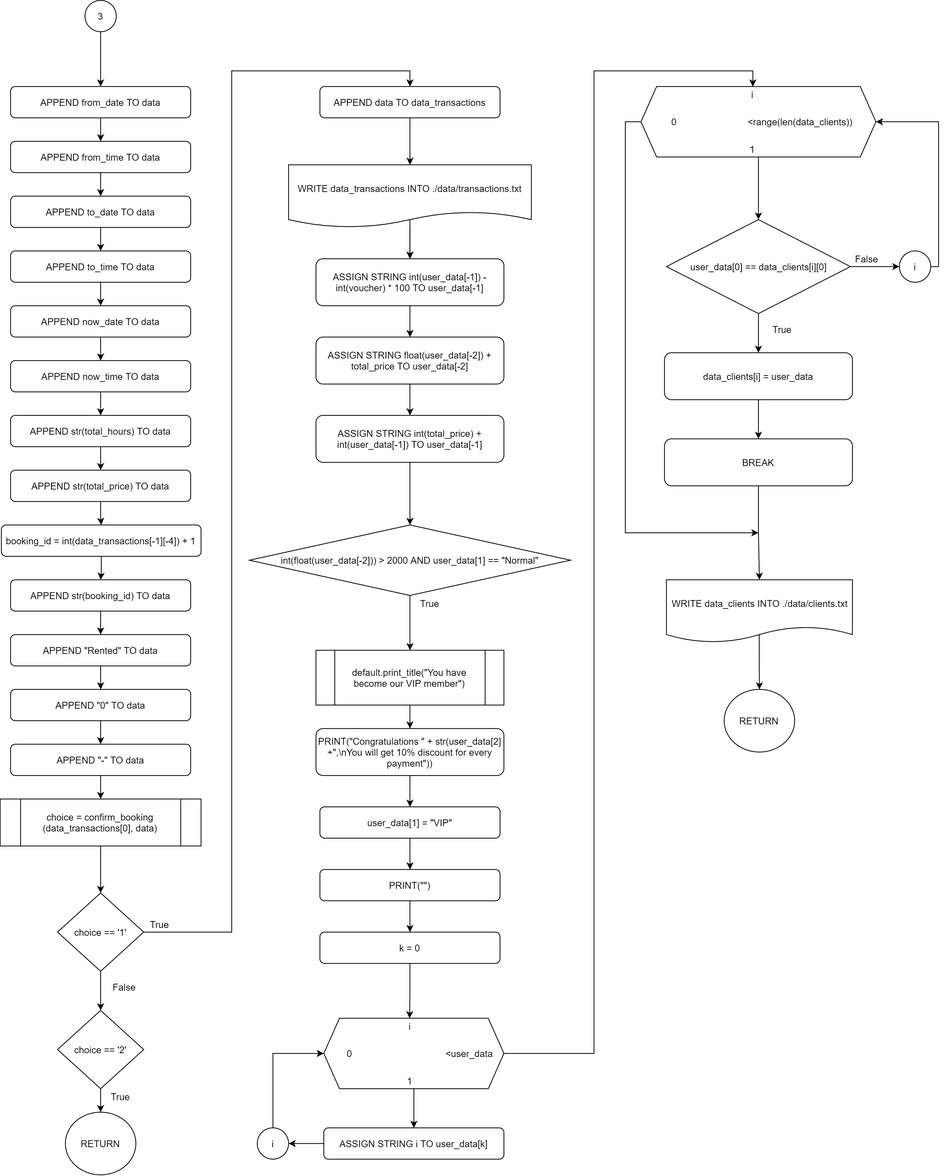
This is Flowchart/clients/bookcar_menu-Page-4.png from RabbitBear00/Car-Rental-System, a draw.io export, as it was before one commit. Source tidied: cells renumbered, new cells last; positions are measured from the earlier drawing's top-left corner, leaving out a move shared by most shapes.
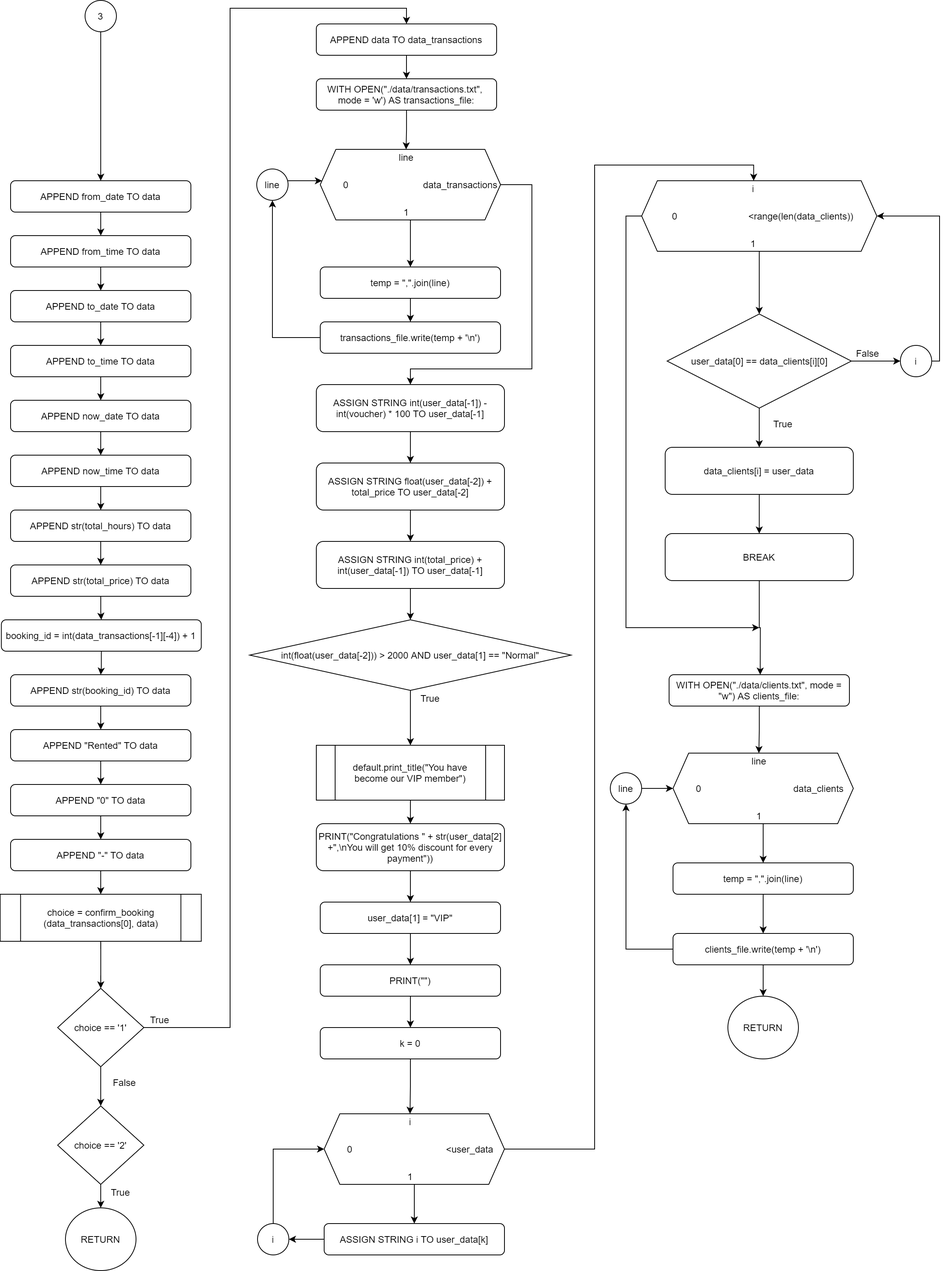
After the change.

Diff of the diagram source:
```diff
@@ -6,7 +6,7 @@
       <mxGeometry relative="1" as="geometry" />
     </mxCell>
     <mxCell id="3" value="3" style="ellipse;whiteSpace=wrap;html=1;" parent="1" vertex="1">
-      <mxGeometry x="108" width="40" height="40" as="geometry" />
+      <mxGeometry x="108" y="-120" width="40" height="40" as="geometry" />
     </mxCell>
     <mxCell id="4" style="edgeStyle=orthogonalEdgeStyle;rounded=0;jettySize=auto;html=1;" parent="1" edge="1" source="5" target="7">
       <mxGeometry relative="1" as="geometry" />
@@ -101,11 +101,11 @@
     <mxCell id="34" value="choice == '1'" style="rhombus;whiteSpace=wrap;html=1;" parent="1" vertex="1">
       <mxGeometry x="73" y="1140" width="110" height="100" as="geometry" />
     </mxCell>
-    <mxCell id="35" style="edgeStyle=orthogonalEdgeStyle;rounded=0;jettySize=auto;html=1;" parent="1" edge="1" source="36" target="44">
-      <mxGeometry relative="1" as="geometry" />
-    </mxCell>
+    <mxCell id="99" style="edgeStyle=orthogonalEdgeStyle;rounded=0;jettySize=auto;html=1;entryX=0.5;entryY=0;entryDx=0;entryDy=0;" parent="1" edge="1" source="36" target="101">
+      <mxGeometry relative="1" as="geometry" />
+    </mxCell>
     <mxCell id="36" value="APPEND data TO data_transactions" style="rounded=1;whiteSpace=wrap;html=1;" parent="1" vertex="1">
-      <mxGeometry x="408" y="110" width="230" height="40" as="geometry" />
+      <mxGeometry x="403" y="-90" width="230" height="40" as="geometry" />
     </mxCell>
     <mxCell id="37" value="True" style="text;html=1;align=center;verticalAlign=middle;strokeColor=none;" parent="1" vertex="1">
       <mxGeometry x="183" y="1170" width="40" height="20" as="geometry" />
@@ -122,34 +122,23 @@
     <mxCell id="41" value="RETURN" style="ellipse;whiteSpace=wrap;html=1;" parent="1" vertex="1">
       <mxGeometry x="83" y="1420" width="90" height="80" as="geometry" />
     </mxCell>
-    <mxCell id="42" style="edgeStyle=orthogonalEdgeStyle;rounded=0;jettySize=auto;html=1;" parent="1" edge="1" source="44" target="46">
-      <mxGeometry relative="1" as="geometry" />
-    </mxCell>
-    <mxCell id="43" style="edgeStyle=orthogonalEdgeStyle;rounded=0;jettySize=auto;html=1;" parent="1" edge="1" target="46">
-      <mxGeometry relative="1" as="geometry">
-        <mxPoint x="523" y="280" as="sourcePoint" />
-      </mxGeometry>
-    </mxCell>
-    <mxCell id="44" value="&lt;span&gt;WRITE&amp;nbsp;&lt;/span&gt;data_transactions&lt;span&gt;&amp;nbsp;INTO&amp;nbsp;&lt;/span&gt;./data/transactions.txt" style="shape=document;whiteSpace=wrap;html=1;boundedLbl=1;size=0.25;" parent="1" vertex="1">
-      <mxGeometry x="368" y="210" width="310" height="80" as="geometry" />
-    </mxCell>
     <mxCell id="45" style="edgeStyle=orthogonalEdgeStyle;rounded=0;jettySize=auto;html=1;" parent="1" edge="1" source="46" target="48">
       <mxGeometry relative="1" as="geometry" />
     </mxCell>
     <mxCell id="46" value="ASSIGN STRING int(user_data[-1]) - int(voucher) * 100 TO user_data[-1]" style="rounded=1;whiteSpace=wrap;html=1;" parent="1" vertex="1">
-      <mxGeometry x="403" y="330" width="240" height="60" as="geometry" />
+      <mxGeometry x="403" y="370" width="240" height="60" as="geometry" />
     </mxCell>
     <mxCell id="47" style="edgeStyle=orthogonalEdgeStyle;rounded=0;jettySize=auto;html=1;" parent="1" edge="1" source="48" target="50">
       <mxGeometry relative="1" as="geometry" />
     </mxCell>
     <mxCell id="48" value="ASSIGN STRING float(user_data[-2]) + total_price TO user_data[-2]" style="rounded=1;whiteSpace=wrap;html=1;" parent="1" vertex="1">
-      <mxGeometry x="403" y="430" width="240" height="60" as="geometry" />
+      <mxGeometry x="403" y="470" width="240" height="60" as="geometry" />
     </mxCell>
     <mxCell id="49" style="edgeStyle=orthogonalEdgeStyle;rounded=0;jettySize=auto;html=1;" parent="1" edge="1" source="50" target="52">
       <mxGeometry relative="1" as="geometry" />
     </mxCell>
     <mxCell id="50" value="ASSIGN STRING int(total_price) + int(user_data[-1]) TO user_data[-1]" style="rounded=1;whiteSpace=wrap;html=1;" parent="1" vertex="1">
-      <mxGeometry x="403" y="530" width="240" height="60" as="geometry" />
+      <mxGeometry x="403" y="570" width="240" height="60" as="geometry" />
     </mxCell>
     <mxCell id="51" style="edgeStyle=orthogonalEdgeStyle;rounded=0;jettySize=auto;html=1;" parent="1" edge="1" source="52" target="54">
       <mxGeometry relative="1" as="geometry" />
@@ -269,8 +258,10 @@
     <mxCell id="86" value="data_clients[i] = user_data" style="rounded=1;whiteSpace=wrap;html=1;" parent="1" vertex="1">
       <mxGeometry x="848" y="450" width="240" height="60" as="geometry" />
     </mxCell>
-    <mxCell id="87" style="edgeStyle=orthogonalEdgeStyle;rounded=0;jettySize=auto;html=1;entryX=0.5;entryY=0;entryDx=0;entryDy=0;" parent="1" edge="1" source="88" target="96">
-      <mxGeometry relative="1" as="geometry" />
+    <mxCell id="87" style="edgeStyle=orthogonalEdgeStyle;rounded=0;jettySize=auto;html=1;entryX=0.5;entryY=0;entryDx=0;entryDy=0;" parent="1" edge="1" source="88">
+      <mxGeometry relative="1" as="geometry">
+        <mxPoint x="969.2" y="740" as="targetPoint" />
+      </mxGeometry>
     </mxCell>
     <mxCell id="88" value="BREAK" style="rounded=1;whiteSpace=wrap;html=1;" parent="1" vertex="1">
       <mxGeometry x="848" y="560" width="240" height="60" as="geometry" />
@@ -304,19 +295,120 @@
         </Array>
       </mxGeometry>
     </mxCell>
-    <mxCell id="95" style="edgeStyle=orthogonalEdgeStyle;rounded=0;jettySize=auto;html=1;" parent="1" edge="1" target="97">
-      <mxGeometry relative="1" as="geometry">
-        <mxPoint x="969" y="810" as="sourcePoint" />
-      </mxGeometry>
-    </mxCell>
-    <mxCell id="96" value="&lt;span&gt;WRITE data_clients INTO&amp;nbsp;./data/clients.txt&lt;/span&gt;" style="shape=document;whiteSpace=wrap;html=1;boundedLbl=1;size=0.25;" parent="1" vertex="1">
-      <mxGeometry x="850.5" y="740" width="237.5" height="80" as="geometry" />
-    </mxCell>
     <mxCell id="97" value="RETURN" style="ellipse;whiteSpace=wrap;html=1;" parent="1" vertex="1">
-      <mxGeometry x="924.2" y="880" width="90" height="80" as="geometry" />
+      <mxGeometry x="928" y="1150" width="90" height="80" as="geometry" />
     </mxCell>
     <mxCell id="98" value="True" style="text;html=1;align=center;verticalAlign=middle;strokeColor=none;" parent="1" vertex="1">
       <mxGeometry x="133" y="1390" width="40" height="20" as="geometry" />
     </mxCell>
+    <mxCell id="100" style="edgeStyle=orthogonalEdgeStyle;rounded=0;jettySize=auto;html=1;entryX=0.5;entryY=0;entryDx=0;entryDy=0;" parent="1" edge="1" source="101" target="104">
+      <mxGeometry relative="1" as="geometry" />
+    </mxCell>
+    <mxCell id="101" value="WITH OPEN(&quot;./data/transactions.txt&quot;,  mode = 'w') AS transactions_file:" style="rounded=1;whiteSpace=wrap;html=1;" parent="1" vertex="1">
+      <mxGeometry x="403" y="-20" width="230" height="40" as="geometry" />
+    </mxCell>
+    <mxCell id="102" style="group;" parent="1" vertex="1">
+      <mxGeometry x="408" y="70" width="230" height="90" as="geometry" />
+    </mxCell>
+    <mxCell id="103" style="shape=hexagon;perimeter=hexagonPerimeter2;whiteSpace=wrap;html=1;fixedSize=1;" parent="102" vertex="1">
+      <mxGeometry width="230" height="90" as="geometry" />
+    </mxCell>
+    <mxCell id="104" value="line" style="text;html=1;strokeColor=none;fillColor=none;align=center;verticalAlign=middle;whiteSpace=wrap;rounded=0;" parent="102" vertex="1">
+      <mxGeometry x="87.6" width="43.8" height="20" as="geometry" />
+    </mxCell>
+    <mxCell id="105" value="0" style="text;html=1;strokeColor=none;fillColor=none;align=center;verticalAlign=middle;whiteSpace=wrap;rounded=0;" parent="102" vertex="1">
+      <mxGeometry x="11" y="35" width="43.8" height="20" as="geometry" />
+    </mxCell>
+    <mxCell id="106" value="1" style="text;html=1;strokeColor=none;fillColor=none;align=center;verticalAlign=middle;whiteSpace=wrap;rounded=0;" parent="102" vertex="1">
+      <mxGeometry x="87.6" y="70" width="43.8" height="20" as="geometry" />
+    </mxCell>
+    <mxCell id="107" value="data_transactions" style="text;html=1;strokeColor=none;fillColor=none;align=center;verticalAlign=middle;whiteSpace=wrap;rounded=0;" parent="102" vertex="1">
+      <mxGeometry x="157.3" y="35" width="43.8" height="20" as="geometry" />
+    </mxCell>
+    <mxCell id="108" style="edgeStyle=orthogonalEdgeStyle;rounded=0;jettySize=auto;html=1;" parent="1" edge="1" source="109" target="111">
+      <mxGeometry relative="1" as="geometry" />
+    </mxCell>
+    <mxCell id="109" value="temp = &quot;,&quot;.join(line)" style="rounded=1;whiteSpace=wrap;html=1;" parent="1" vertex="1">
+      <mxGeometry x="408" y="220" width="230" height="40" as="geometry" />
+    </mxCell>
+    <mxCell id="110" style="edgeStyle=orthogonalEdgeStyle;rounded=0;jettySize=auto;html=1;entryX=0.5;entryY=1;entryDx=0;entryDy=0;" parent="1" edge="1" source="111" target="114">
+      <mxGeometry relative="1" as="geometry" />
+    </mxCell>
+    <mxCell id="111" value="transactions_file.write(temp + '\n')" style="rounded=1;whiteSpace=wrap;html=1;" parent="1" vertex="1">
+      <mxGeometry x="408" y="290" width="230" height="40" as="geometry" />
+    </mxCell>
+    <mxCell id="112" style="edgeStyle=orthogonalEdgeStyle;rounded=0;jettySize=auto;html=1;" parent="1" edge="1" source="103" target="109">
+      <mxGeometry relative="1" as="geometry" />
+    </mxCell>
+    <mxCell id="113" style="edgeStyle=orthogonalEdgeStyle;rounded=0;jettySize=auto;html=1;" parent="1" edge="1" target="103">
+      <mxGeometry relative="1" as="geometry">
+        <mxPoint x="363" y="125" as="sourcePoint" />
+        <Array as="points">
+          <mxPoint x="363" y="110" />
+        </Array>
+      </mxGeometry>
+    </mxCell>
+    <mxCell id="114" value="line" style="ellipse;whiteSpace=wrap;html=1;" parent="1" vertex="1">
+      <mxGeometry x="327" y="95" width="40" height="40" as="geometry" />
+    </mxCell>
+    <mxCell id="115" style="edgeStyle=orthogonalEdgeStyle;rounded=0;jettySize=auto;html=1;" parent="1" edge="1" source="103" target="46">
+      <mxGeometry relative="1" as="geometry">
+        <Array as="points">
+          <mxPoint x="678" y="115" />
+          <mxPoint x="678" y="350" />
+          <mxPoint x="523" y="350" />
+        </Array>
+      </mxGeometry>
+    </mxCell>
+    <mxCell id="116" style="edgeStyle=orthogonalEdgeStyle;rounded=0;jettySize=auto;html=1;entryX=0.5;entryY=0;entryDx=0;entryDy=0;" parent="1" edge="1" source="117" target="120">
+      <mxGeometry relative="1" as="geometry" />
+    </mxCell>
+    <mxCell id="117" value="WITH OPEN(&quot;./data/clients.txt&quot;, mode = &quot;w&quot;) AS clients_file:" style="rounded=1;whiteSpace=wrap;html=1;" parent="1" vertex="1">
+      <mxGeometry x="853" y="740" width="230" height="40" as="geometry" />
+    </mxCell>
+    <mxCell id="118" style="group;" parent="1" vertex="1">
+      <mxGeometry x="858" y="840" width="230" height="90" as="geometry" />
+    </mxCell>
+    <mxCell id="119" style="shape=hexagon;perimeter=hexagonPerimeter2;whiteSpace=wrap;html=1;fixedSize=1;" parent="118" vertex="1">
+      <mxGeometry width="230" height="90" as="geometry" />
+    </mxCell>
+    <mxCell id="120" value="line" style="text;html=1;strokeColor=none;fillColor=none;align=center;verticalAlign=middle;whiteSpace=wrap;rounded=0;" parent="118" vertex="1">
+      <mxGeometry x="87.6" width="43.8" height="20" as="geometry" />
+    </mxCell>
+    <mxCell id="121" value="0" style="text;html=1;strokeColor=none;fillColor=none;align=center;verticalAlign=middle;whiteSpace=wrap;rounded=0;" parent="118" vertex="1">
+      <mxGeometry x="11" y="35" width="43.8" height="20" as="geometry" />
+    </mxCell>
+    <mxCell id="122" value="1" style="text;html=1;strokeColor=none;fillColor=none;align=center;verticalAlign=middle;whiteSpace=wrap;rounded=0;" parent="118" vertex="1">
+      <mxGeometry x="87.6" y="70" width="43.8" height="20" as="geometry" />
+    </mxCell>
+    <mxCell id="123" value="data_clients" style="text;html=1;strokeColor=none;fillColor=none;align=center;verticalAlign=middle;whiteSpace=wrap;rounded=0;" parent="118" vertex="1">
+      <mxGeometry x="164.3" y="35" width="43.8" height="20" as="geometry" />
+    </mxCell>
+    <mxCell id="124" style="edgeStyle=orthogonalEdgeStyle;rounded=0;jettySize=auto;html=1;" parent="1" edge="1" source="125" target="128">
+      <mxGeometry relative="1" as="geometry" />
+    </mxCell>
+    <mxCell id="125" value="temp = &quot;,&quot;.join(line)" style="rounded=1;whiteSpace=wrap;html=1;" parent="1" vertex="1">
+      <mxGeometry x="858" y="980" width="230" height="40" as="geometry" />
+    </mxCell>
+    <mxCell id="126" style="edgeStyle=orthogonalEdgeStyle;rounded=0;jettySize=auto;html=1;entryX=0.5;entryY=1;entryDx=0;entryDy=0;" parent="1" edge="1" source="128" target="131">
+      <mxGeometry relative="1" as="geometry" />
+    </mxCell>
+    <mxCell id="127" style="edgeStyle=orthogonalEdgeStyle;rounded=0;jettySize=auto;html=1;entryX=0.5;entryY=0;entryDx=0;entryDy=0;" parent="1" edge="1" source="128" target="97">
+      <mxGeometry relative="1" as="geometry" />
+    </mxCell>
+    <mxCell id="128" value="clients_file.write(temp + '\n')" style="rounded=1;whiteSpace=wrap;html=1;" parent="1" vertex="1">
+      <mxGeometry x="858" y="1070" width="230" height="40" as="geometry" />
+    </mxCell>
+    <mxCell id="129" style="edgeStyle=orthogonalEdgeStyle;rounded=0;jettySize=auto;html=1;" parent="1" edge="1" source="119" target="125">
+      <mxGeometry relative="1" as="geometry" />
+    </mxCell>
+    <mxCell id="130" style="edgeStyle=orthogonalEdgeStyle;rounded=0;jettySize=auto;html=1;entryX=0;entryY=0.5;entryDx=0;entryDy=0;" parent="1" edge="1" target="119">
+      <mxGeometry relative="1" as="geometry">
+        <mxPoint x="813" y="885" as="sourcePoint" />
+      </mxGeometry>
+    </mxCell>
+    <mxCell id="131" value="line" style="ellipse;whiteSpace=wrap;html=1;" parent="1" vertex="1">
+      <mxGeometry x="778" y="865" width="40" height="40" as="geometry" />
+    </mxCell>
   </root>
 </mxGraphModel>
```
